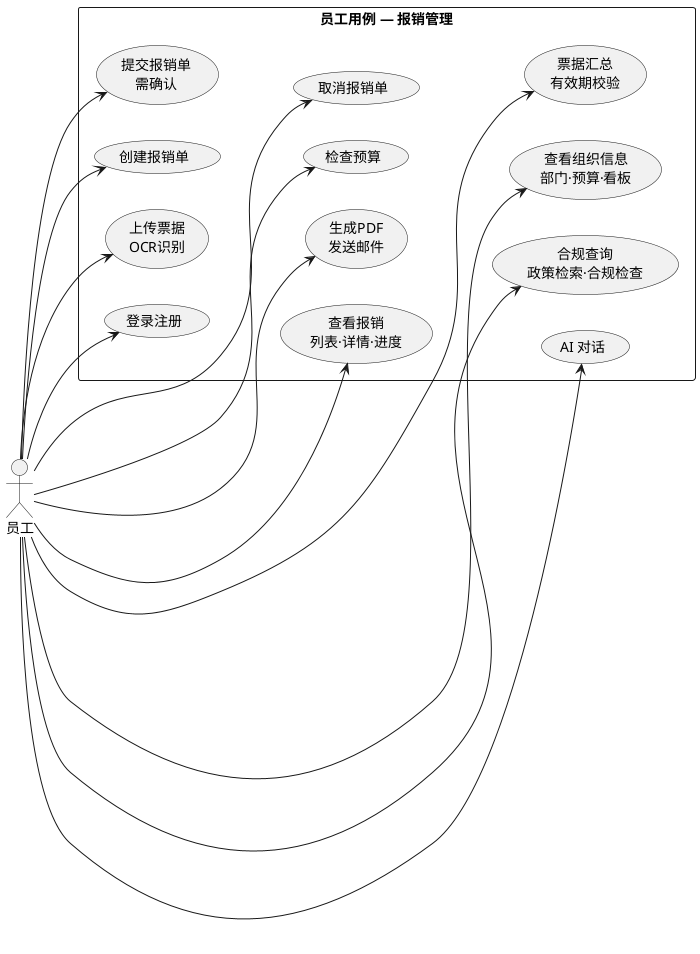
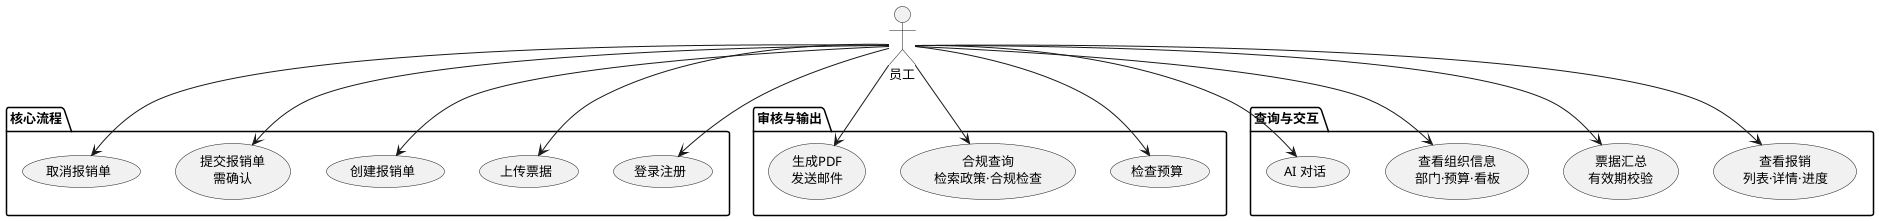
@startuml
skinparam backgroundColor #FFFFFF
skinparam defaultFontName Arial
- skinparam defaultFontSize 14
- left to right direction
+ skinparam defaultFontSize 13

actor "员工" as Emp

- rectangle "员工用例 — 报销管理" {
-   usecase (登录注册) as UC1
-   usecase (上传票据\nOCR识别) as UC2
-   usecase (创建报销单) as UC3
-   usecase (提交报销单\n需确认) as UC4
-   usecase (取消报销单) as UC5
-   usecase (检查预算) as UC6
-   usecase (生成PDF\n发送邮件) as UC7
-   usecase (查看报销\n列表·详情·进度) as UC8
-   usecase (票据汇总\n有效期校验) as UC9
-   usecase (查看组织信息\n部门·预算·看板) as UC10
-   usecase (合规查询\n政策检索·合规检查) as UC11
-   usecase (AI 对话) as UC12
+ package "核心流程" {
+   usecase "登录注册" as UC0
+   usecase "上传票据" as UC1
+   usecase "创建报销单" as UC2
+   usecase "提交报销单\n需确认" as UC3
+   usecase "取消报销单" as UC4
}

+ package "审核与输出" {
+   usecase "检查预算" as UC5
+   usecase "合规查询\n检索政策·合规检查" as UC6
+   usecase "生成PDF\n发送邮件" as UC7
+ }
+ 
+ package "查询与交互" {
+   usecase "查看报销\n列表·详情·进度" as UC8
+   usecase "票据汇总\n有效期校验" as UC9
+   usecase "查看组织信息\n部门·预算·看板" as UC10
+   usecase "AI 对话" as UC11
+ }
+ 
+ Emp --> UC0
Emp --> UC1
Emp --> UC2
Emp --> UC3
Emp --> UC4
Emp --> UC5
Emp --> UC6
Emp --> UC7
Emp --> UC8
Emp --> UC9
Emp --> UC10
Emp --> UC11
- Emp --> UC12
- 
- UC1 -[hidden]right- UC2
- UC2 -[hidden]right- UC3
- UC3 -[hidden]right- UC4
- UC4 -[hidden]down- UC5
- UC5 -[hidden]left- UC6
- UC6 -[hidden]left- UC7
- UC7 -[hidden]left- UC8
- UC8 -[hidden]down- UC9
- UC9 -[hidden]right- UC10
- UC10 -[hidden]right- UC11
- UC11 -[hidden]right- UC12

@enduml
